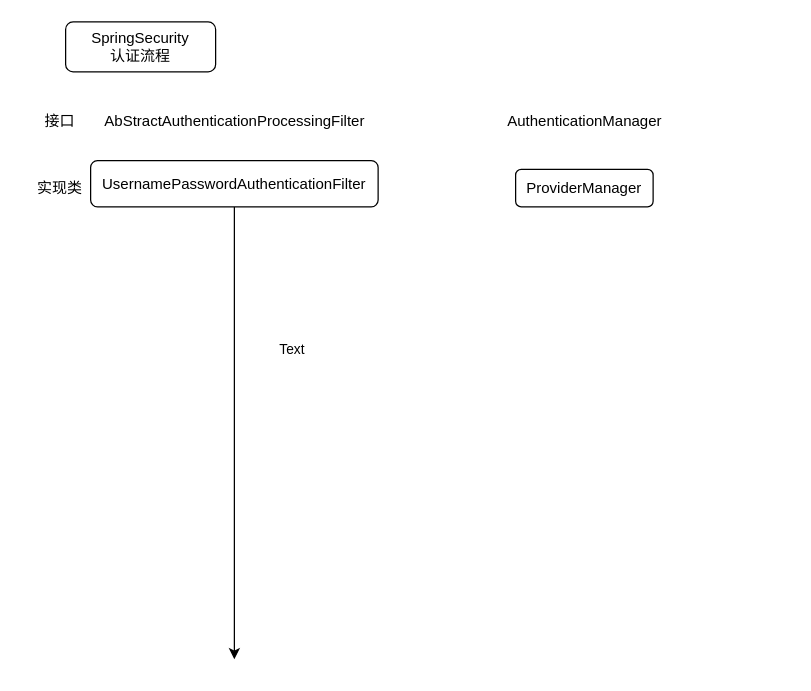
This is SpringSecurity.drawio from lixi47/java--, a draw.io file, before an edit. Source tidied: cells renumbered, new cells numbered last; positions are measured from the earlier drawing's top-left corner, leaving out a move shared by most shapes. Both pictures are drawn from the tidied source at 125%, with x=0, y=0 at pixel (21, 21).
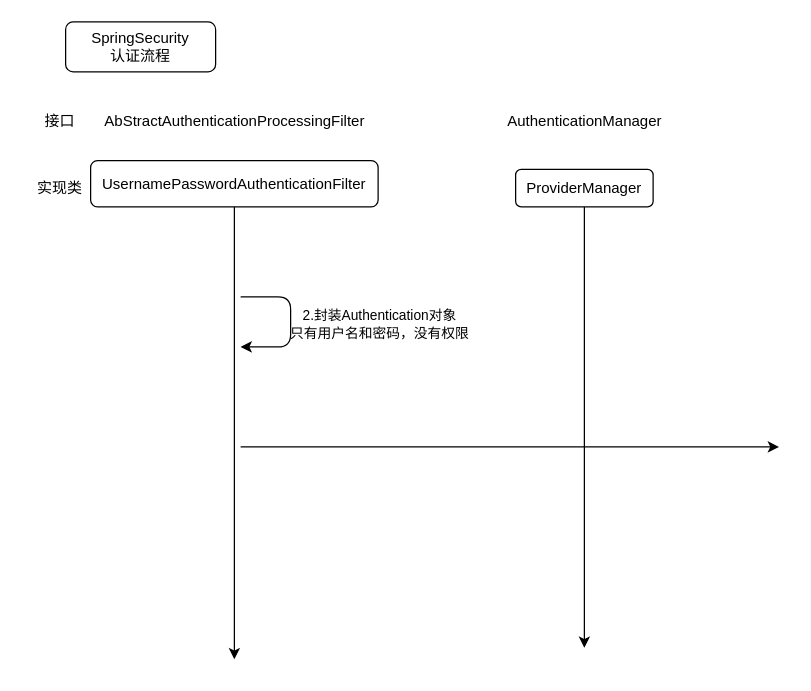
The same page after the edit.

Diff of the diagram source:
```diff
@@
-<mxGraphModel>
+<mxGraphModel background="#FFFFFF">
   <root>
     <mxCell id="0" />
     <mxCell id="1" parent="0" />
     <mxCell id="2" value="SpringSecurity&lt;div&gt;认证流程&lt;/div&gt;" style="rounded=1;whiteSpace=wrap;html=1;fontSize=12;glass=0;strokeWidth=1;shadow=0;" parent="1" vertex="1">
       <mxGeometry x="35" width="120" height="40" as="geometry" />
     </mxCell>
     <mxCell id="3" value="接口" style="text;html=1;align=center;verticalAlign=middle;strokeColor=none;fillColor=none;rounded=1;" parent="1" vertex="1">
       <mxGeometry x="5" y="65" width="50" height="30" as="geometry" />
     </mxCell>
     <mxCell id="4" value="AbStractAuthenticationProcessingFilter" style="text;html=1;align=center;verticalAlign=middle;strokeColor=none;fillColor=none;rounded=1;" parent="1" vertex="1">
       <mxGeometry x="55" y="65" width="230" height="30" as="geometry" />
     </mxCell>
     <mxCell id="5" value="实现类" style="text;html=1;align=center;verticalAlign=middle;strokeColor=none;fillColor=none;rounded=1;" parent="1" vertex="1">
       <mxGeometry y="118" width="60" height="30" as="geometry" />
     </mxCell>
     <mxCell id="6" style="edgeStyle=orthogonalEdgeStyle;rounded=1;jettySize=auto;html=1;" parent="1" edge="1" source="8">
       <mxGeometry relative="1" as="geometry">
         <mxPoint x="170" y="510" as="targetPoint" />
       </mxGeometry>
     </mxCell>
-    <mxCell id="7" value="Text" style="edgeLabel;html=1;align=center;verticalAlign=middle;rounded=1;" parent="6" vertex="1">
+    <mxCell id="7" value="2.封装Authentication对象&lt;div&gt;只有用户名和密码，没有权限&lt;/div&gt;" style="edgeLabel;html=1;align=center;verticalAlign=middle;rounded=1;" parent="6" vertex="1">
       <mxGeometry x="-0.51" y="1" relative="1" as="geometry">
-        <mxPoint x="44" y="24" as="offset" />
+        <mxPoint x="114" y="4" as="offset" />
       </mxGeometry>
     </mxCell>
     <mxCell id="8" value="UsernamePasswordAuthenticationFilter" style="whiteSpace=wrap;html=1;rounded=1;" parent="1" vertex="1">
       <mxGeometry x="55" y="111" width="230" height="37" as="geometry" />
     </mxCell>
     <mxCell id="9" value="AuthenticationManager" style="text;html=1;align=center;verticalAlign=middle;strokeColor=none;fillColor=none;rounded=1;" parent="1" vertex="1">
       <mxGeometry x="375" y="65" width="150" height="30" as="geometry" />
     </mxCell>
+    <mxCell id="11" style="edgeStyle=orthogonalEdgeStyle;rounded=1;jettySize=auto;html=1;" parent="1" edge="1" source="10">
+      <mxGeometry relative="1" as="geometry">
+        <mxPoint x="450" y="500.7" as="targetPoint" />
+      </mxGeometry>
+    </mxCell>
     <mxCell id="10" value="ProviderManager" style="whiteSpace=wrap;html=1;rounded=1;" parent="1" vertex="1">
       <mxGeometry x="395" y="118" width="110" height="30" as="geometry" />
     </mxCell>
+    <mxCell id="12" style="endArrow=classic;html=1;rounded=1;" parent="1" edge="1">
+      <mxGeometry relative="1" as="geometry">
+        <mxPoint x="175" y="220" as="sourcePoint" />
+        <mxPoint x="175" y="260" as="targetPoint" />
+        <Array as="points">
+          <mxPoint x="215" y="220" />
+          <mxPoint x="215" y="260" />
+        </Array>
+      </mxGeometry>
+    </mxCell>
+    <mxCell id="13" style="endArrow=classic;html=1;rounded=1;" parent="1" edge="1">
+      <mxGeometry relative="1" as="geometry">
+        <mxPoint x="175" y="340" as="sourcePoint" />
+        <mxPoint x="605.7" y="340" as="targetPoint" />
+      </mxGeometry>
+    </mxCell>
   </root>
 </mxGraphModel>
```
